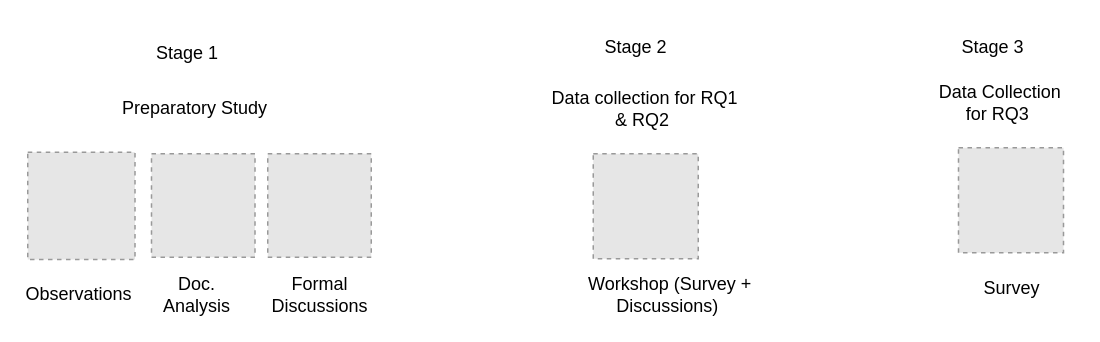
The draw.io diagram Method.drawio in amnapir/Figures, before the edit. Source tidied: cells renumbered, new cells numbered last; positions are measured from the earlier drawing's top-left corner, leaving out a move shared by most shapes. Both pictures are drawn from the tidied source at 150%, with x=0, y=0 at pixel (27, 26). Pictures stored in the file or linked from it are replaced by grey dashed boxes.
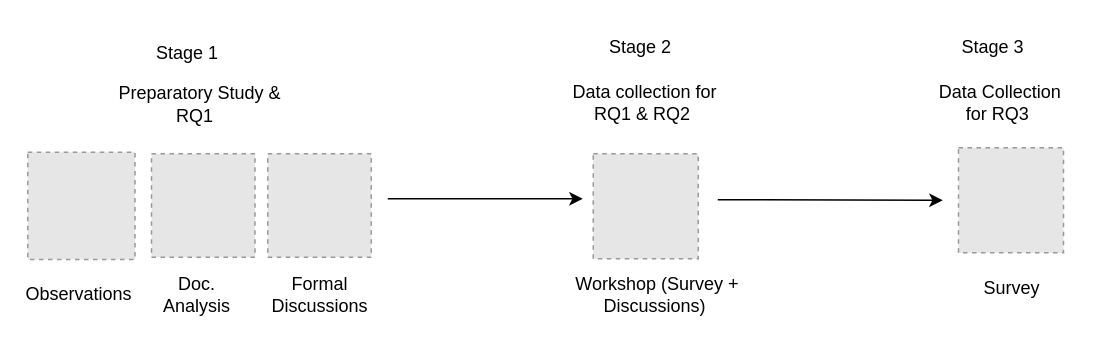
The same diagram, later.

Change to the diagram source:
```diff
@@
     <mxCell id="4" value="Workshop (Survey + Discussions)&amp;nbsp;" style="text;html=1;strokeColor=none;fillColor=none;align=center;verticalAlign=middle;whiteSpace=wrap;rounded=0;" parent="1" vertex="1">
-      <mxGeometry x="340" y="164" width="177" height="30" as="geometry" />
+      <mxGeometry x="340" y="164" width="160" height="30" as="geometry" />
     </mxCell>
-    <mxCell id="5" value="Preparatory Study &amp;nbsp;" style="text;html=1;strokeColor=none;fillColor=none;align=center;verticalAlign=middle;whiteSpace=wrap;rounded=0;" parent="1" vertex="1">
-      <mxGeometry x="50" y="40" width="130" height="30" as="geometry" />
+    <mxCell id="5" value="Preparatory Study &amp;amp; RQ1 &amp;nbsp;" style="text;html=1;strokeColor=none;fillColor=none;align=center;verticalAlign=middle;whiteSpace=wrap;rounded=0;" parent="1" vertex="1">
+      <mxGeometry x="50" y="37" width="130" height="30" as="geometry" />
     </mxCell>
     <mxCell id="6" value="&amp;nbsp;Data collection for RQ1 &amp;amp; RQ2" style="text;html=1;strokeColor=none;fillColor=none;align=center;verticalAlign=middle;whiteSpace=wrap;rounded=0;" parent="1" vertex="1">
-      <mxGeometry x="340" y="27.5" width="140" height="55" as="geometry" />
+      <mxGeometry x="354" y="23.5" width="112" height="55" as="geometry" />
     </mxCell>
@@
     <mxCell id="16" value="Stage 2" style="text;whiteSpace=wrap;" parent="1" vertex="1">
-      <mxGeometry x="383" width="49" height="40" as="geometry" />
+      <mxGeometry x="386" width="49" height="40" as="geometry" />
     </mxCell>
@@
+    <mxCell id="18" style="endArrow=classic;html=1;rounded=0;" parent="1" edge="1">
+      <mxGeometry relative="1" as="geometry">
+        <mxPoint x="240" y="115" as="sourcePoint" />
+        <mxPoint x="370" y="115" as="targetPoint" />
+      </mxGeometry>
+    </mxCell>
+    <mxCell id="19" style="endArrow=classic;html=1;rounded=0;" parent="1" edge="1">
+      <mxGeometry relative="1" as="geometry">
+        <mxPoint x="460" y="115.6" as="sourcePoint" />
+        <mxPoint x="610" y="116" as="targetPoint" />
+      </mxGeometry>
+    </mxCell>
```
